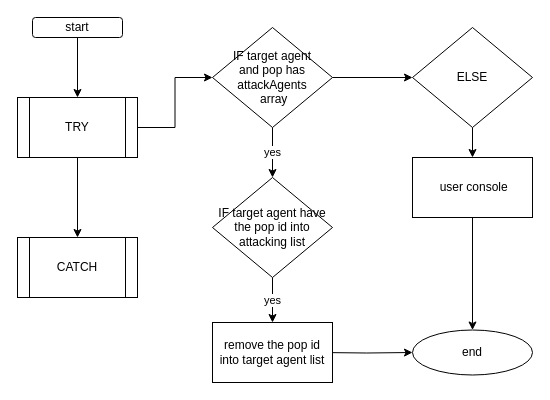
Earlier version of the draw.io diagram foodtruck/removeAttackingAgentId.drawio (sivagit/diagrams). Source tidied: cells renumbered, new cells numbered last; positions are measured from the earlier drawing's top-left corner, leaving out a move shared by most shapes. Both pictures are drawn from the tidied source at 100%, with x=0, y=0 at pixel (17, 17).
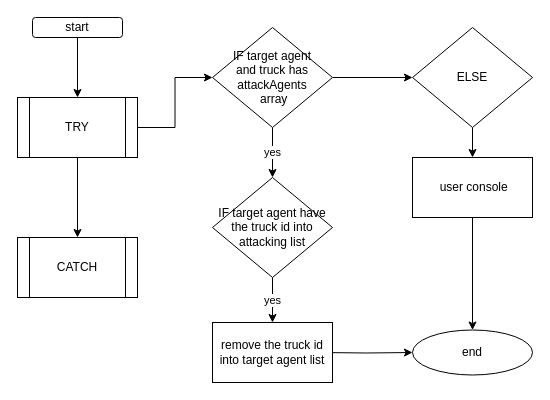
The same page after the edit.

Diff of the diagram source:
```diff
@@
-    <mxCell id="10" value="IF target agent &lt;br&gt;and pop has attackAgents&lt;br&gt;&amp;nbsp;array" style="rhombus;whiteSpace=wrap;html=1;" parent="1" vertex="1">
+    <mxCell id="10" value="IF target agent &lt;br&gt;and truck has attackAgents&lt;br&gt;&amp;nbsp;array" style="rhombus;whiteSpace=wrap;html=1;" parent="1" vertex="1">
       <mxGeometry x="195" y="10" width="120" height="100" as="geometry" />
     </mxCell>
@@
-    <mxCell id="12" value="IF target agent have the pop id into attacking list" style="rhombus;whiteSpace=wrap;html=1;" parent="1" vertex="1">
+    <mxCell id="12" value="IF target agent have the truck id into attacking list" style="rhombus;whiteSpace=wrap;html=1;" parent="1" vertex="1">
       <mxGeometry x="195" y="160" width="120" height="100" as="geometry" />
     </mxCell>
@@
-    <mxCell id="19" value="remove the pop id into target agent list" style="rounded=0;whiteSpace=wrap;html=1;" parent="1" vertex="1">
+    <mxCell id="19" value="remove the truck id into target agent list" style="rounded=0;whiteSpace=wrap;html=1;" parent="1" vertex="1">
       <mxGeometry x="195" y="305" width="120" height="60" as="geometry" />
     </mxCell>
```
